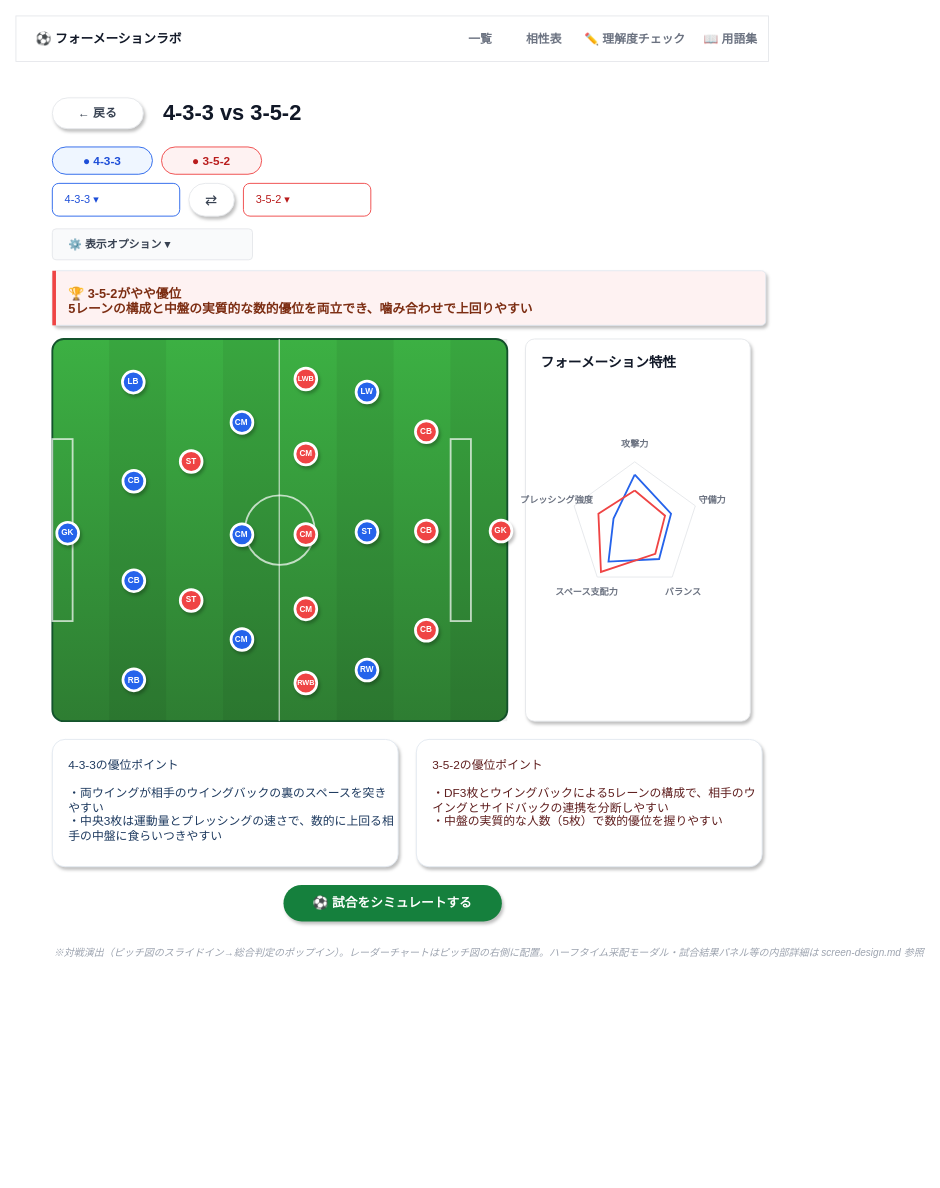
Before: page "wireframe-comparison" (2 of 2) of docs/specs/2_basic-design/wireframes.drawio in n-yata/soccer-sim, a draw.io diagram. Source tidied: cells renumbered, new cells numbered last; positions are measured from the earlier drawing's top-left corner, leaving out a move shared by most shapes. Both pictures are drawn from the tidied source at 91%, with x=0, y=0 at pixel (15, 15).
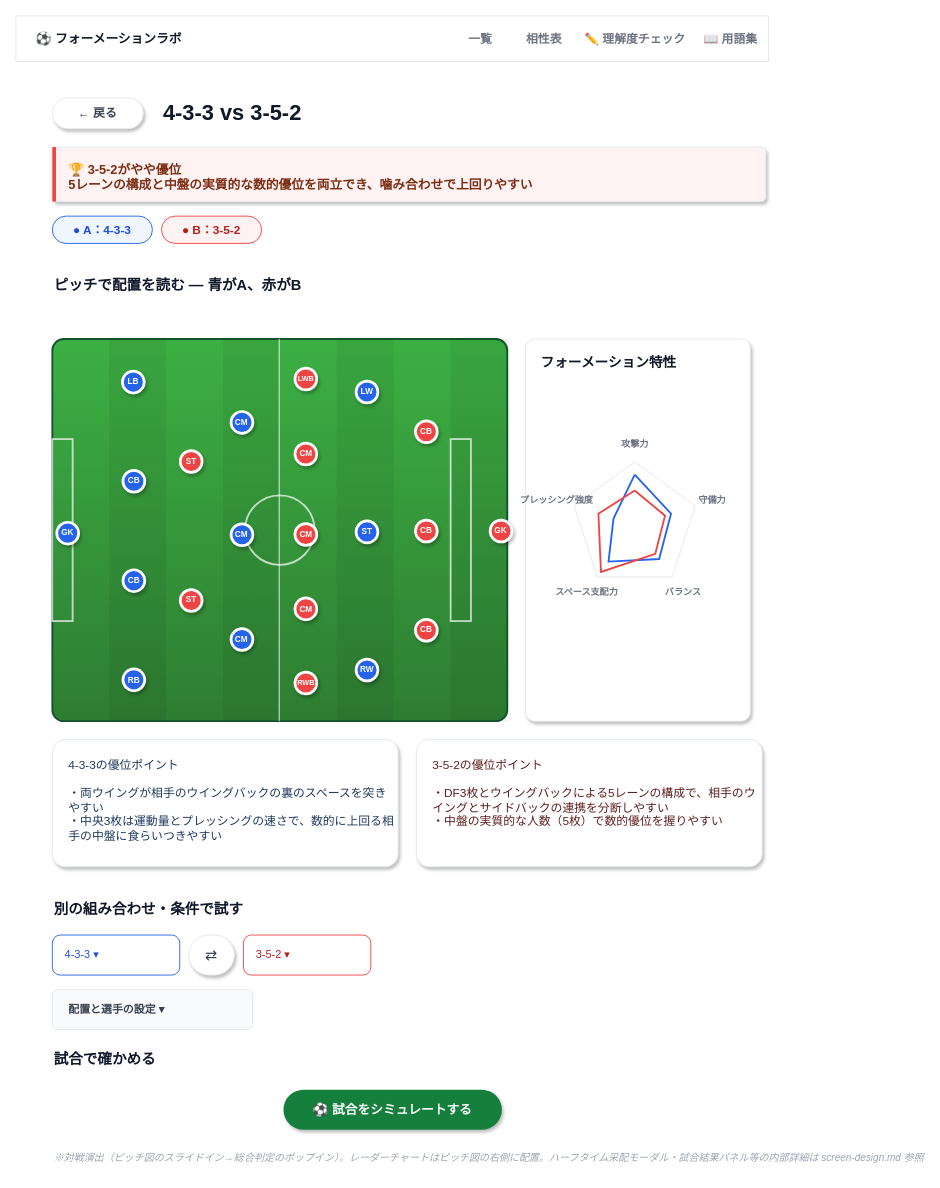
After the change.

Diff of the diagram source:
```diff
@@
-    <mxCell id="10" value="● 4-3-3" style="rounded=1;arcSize=50;whiteSpace=wrap;html=1;fillColor=#EFF6FF;strokeColor=#2563EB;fontSize=13;fontStyle=1;fontColor=#1D4ED8;" parent="1" vertex="1">
-      <mxGeometry x="40" y="144" width="110" height="30" as="geometry" />
+    <mxCell id="10" value="● A：4-3-3" style="rounded=1;arcSize=50;whiteSpace=wrap;html=1;fillColor=#EFF6FF;strokeColor=#2563EB;fontSize=13;fontStyle=1;fontColor=#1D4ED8;" parent="1" vertex="1">
+      <mxGeometry x="40" y="220" width="110" height="30" as="geometry" />
     </mxCell>
-    <mxCell id="11" value="● 3-5-2" style="rounded=1;arcSize=50;whiteSpace=wrap;html=1;fillColor=#FEF2F2;strokeColor=#EF4444;fontSize=13;fontStyle=1;fontColor=#B91C1C;" parent="1" vertex="1">
-      <mxGeometry x="160" y="144" width="110" height="30" as="geometry" />
+    <mxCell id="11" value="● B：3-5-2" style="rounded=1;arcSize=50;whiteSpace=wrap;html=1;fillColor=#FEF2F2;strokeColor=#EF4444;fontSize=13;fontStyle=1;fontColor=#B91C1C;" parent="1" vertex="1">
+      <mxGeometry x="160" y="220" width="110" height="30" as="geometry" />
     </mxCell>
     <mxCell id="12" value="4-3-3 ▾" style="rounded=1;arcSize=20;whiteSpace=wrap;html=1;fillColor=#FFFFFF;strokeColor=#2563EB;fontSize=12;align=left;spacingLeft=12;fontColor=#1D4ED8;" parent="1" vertex="1">
-      <mxGeometry x="40" y="184" width="140" height="36" as="geometry" />
+      <mxGeometry x="40" y="1010" width="140" height="44" as="geometry" />
     </mxCell>
     <mxCell id="13" value="⇄" style="rounded=1;arcSize=50;whiteSpace=wrap;html=1;fillColor=#FFFFFF;strokeColor=#E5E7EB;shadow=1;fontSize=16;align=center;verticalAlign=middle;fontColor=#374151;" parent="1" vertex="1">
-      <mxGeometry x="190" y="184" width="50" height="36" as="geometry" />
+      <mxGeometry x="190" y="1010" width="50" height="44" as="geometry" />
     </mxCell>
     <mxCell id="14" value="3-5-2 ▾" style="rounded=1;arcSize=20;whiteSpace=wrap;html=1;fillColor=#FFFFFF;strokeColor=#EF4444;fontSize=12;align=left;spacingLeft=12;fontColor=#B91C1C;" parent="1" vertex="1">
-      <mxGeometry x="250" y="184" width="140" height="36" as="geometry" />
+      <mxGeometry x="250" y="1010" width="140" height="44" as="geometry" />
     </mxCell>
     <mxCell id="15" style="rounded=1;arcSize=12;whiteSpace=wrap;html=1;fillColor=#F9FAFB;strokeColor=#E5E7EB;strokeWidth=1;" parent="1" vertex="1">
-      <mxGeometry x="40" y="234" width="220" height="34" as="geometry" />
+      <mxGeometry x="40" y="1070" width="220" height="44" as="geometry" />
     </mxCell>
-    <mxCell id="16" value="⚙️ 表示オプション ▾" style="text;html=1;fontSize=12;fontStyle=1;align=left;verticalAlign=middle;fontColor=#374151;" parent="1" vertex="1">
-      <mxGeometry x="56" y="234" width="188" height="34" as="geometry" />
+    <mxCell id="16" value="配置と選手の設定 ▾" style="text;html=1;fontSize=12;fontStyle=1;align=left;verticalAlign=middle;fontColor=#374151;" parent="1" vertex="1">
+      <mxGeometry x="56" y="1070" width="188" height="44" as="geometry" />
     </mxCell>
     <mxCell id="17" value="🏆 3-5-2がやや優位&#10;5レーンの構成と中盤の実質的な数的優位を両立でき、噛み合わせで上回りやすい" style="rounded=1;arcSize=8;whiteSpace=wrap;html=1;shadow=1;fillColor=#FEF2F2;strokeColor=#E2E8F0;strokeWidth=1;align=left;verticalAlign=top;spacingTop=10;spacingLeft=16;fontSize=14;fontStyle=1;fontColor=#7C2D12;" parent="1" vertex="1">
-      <mxGeometry x="40" y="280" width="784" height="60" as="geometry" />
+      <mxGeometry x="40" y="144" width="784" height="60" as="geometry" />
     </mxCell>
     <mxCell id="18" style="rounded=0;whiteSpace=wrap;html=1;fillColor=#EF4444;strokeColor=none;" parent="1" vertex="1">
-      <mxGeometry x="40" y="280" width="4" height="60" as="geometry" />
+      <mxGeometry x="40" y="144" width="4" height="60" as="geometry" />
     </mxCell>
@@
     <mxCell id="62" value="⚽ 試合をシミュレートする" style="rounded=1;arcSize=50;whiteSpace=wrap;html=1;fillColor=#15803D;strokeColor=none;shadow=1;fontSize=14;fontStyle=1;fontColor=#FFFFFF;" parent="1" vertex="1">
-      <mxGeometry x="294" y="955" width="240" height="40" as="geometry" />
+      <mxGeometry x="294" y="1180" width="240" height="44" as="geometry" />
     </mxCell>
     <mxCell id="63" value="※対戦演出（ピッチ図のスライドイン→総合判定のポップイン）。レーダーチャートはピッチ図の右側に配置。ハーフタイム采配モーダル・試合結果パネル等の内部詳細は screen-design.md 参照" style="text;html=1;fontSize=11;align=left;verticalAlign=middle;fontColor=#9CA3AF;fontStyle=2;" parent="1" vertex="1">
-      <mxGeometry x="40" y="1015" width="784" height="30" as="geometry" />
+      <mxGeometry x="40" y="1240" width="784" height="30" as="geometry" />
     </mxCell>
+    <mxCell id="64" value="ピッチで配置を読む — 青がA、赤がB" style="text;html=1;fontSize=16;fontStyle=1;align=left;verticalAlign=middle;fontColor=#0F172A;" parent="1" vertex="1">
+      <mxGeometry x="40" y="280" width="784" height="32" as="geometry" />
+    </mxCell>
+    <mxCell id="65" value="別の組み合わせ・条件で試す" style="text;html=1;fontSize=16;fontStyle=1;align=left;verticalAlign=middle;fontColor=#0F172A;" parent="1" vertex="1">
+      <mxGeometry x="40" y="965" width="784" height="32" as="geometry" />
+    </mxCell>
+    <mxCell id="66" value="試合で確かめる" style="text;html=1;fontSize=16;fontStyle=1;align=left;verticalAlign=middle;fontColor=#0F172A;" parent="1" vertex="1">
+      <mxGeometry x="40" y="1130" width="784" height="32" as="geometry" />
+    </mxCell>
```
